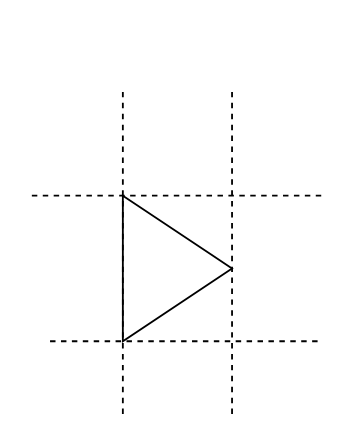
This is temp.drawio from Hphscodehome/mytest, a draw.io file, before an edit. Source tidied: cells renumbered, new cells numbered last; positions are measured from the earlier drawing's top-left corner, leaving out a move shared by most shapes. Both pictures are drawn from the tidied source at 182%, with x=0, y=0 at pixel (31, 86).
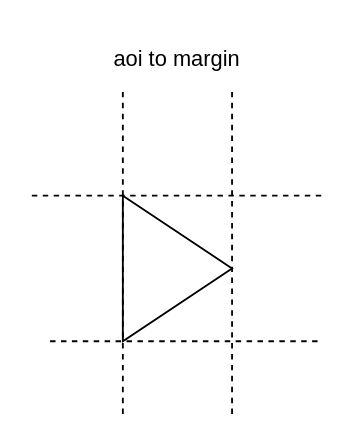
The same page after the edit.

Change to the diagram source:
```diff
@@
 <mxGraphModel>
   <root>
     <mxCell id="0" />
     <mxCell id="1" parent="0" />
     <mxCell id="2" style="triangle;whiteSpace=wrap;html=1;" parent="1" vertex="1">
       <mxGeometry x="50" y="60" width="60" height="80" as="geometry" />
     </mxCell>
     <mxCell id="3" style="endArrow=none;html=1;rounded=0;dashed=1;" parent="1" edge="1">
       <mxGeometry relative="1" as="geometry">
         <mxPoint x="10" y="140" as="sourcePoint" />
         <mxPoint x="160" y="140" as="targetPoint" />
       </mxGeometry>
     </mxCell>
     <mxCell id="4" style="endArrow=none;html=1;rounded=0;dashed=1;" parent="1" edge="1">
       <mxGeometry relative="1" as="geometry">
         <mxPoint x="110" y="180" as="sourcePoint" />
         <mxPoint x="110" as="targetPoint" />
       </mxGeometry>
     </mxCell>
     <mxCell id="5" style="endArrow=none;html=1;rounded=0;dashed=1;" parent="1" edge="1">
       <mxGeometry relative="1" as="geometry">
         <mxPoint y="60" as="sourcePoint" />
         <mxPoint x="160" y="60" as="targetPoint" />
       </mxGeometry>
     </mxCell>
     <mxCell id="6" style="endArrow=none;html=1;rounded=0;dashed=1;" parent="1" edge="1">
       <mxGeometry relative="1" as="geometry">
         <mxPoint x="50" y="180" as="sourcePoint" />
         <mxPoint x="50" as="targetPoint" />
       </mxGeometry>
     </mxCell>
+    <mxCell id="7" value="aoi to margin" style="text;html=1;strokeColor=none;fillColor=none;align=center;verticalAlign=middle;whiteSpace=wrap;rounded=0;" parent="1" vertex="1">
+      <mxGeometry x="10" y="-30" width="140" height="30" as="geometry" />
+    </mxCell>
   </root>
 </mxGraphModel>
```
